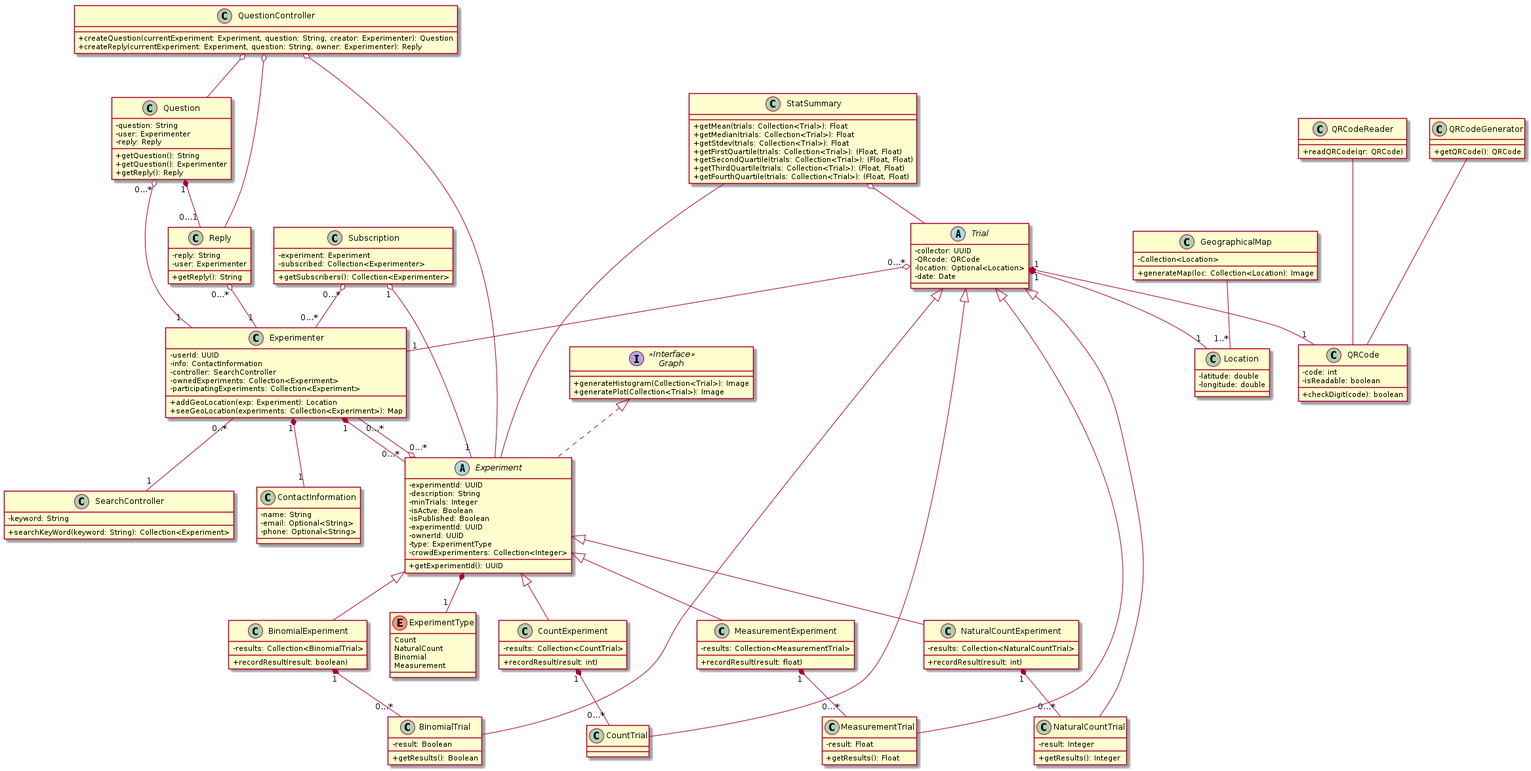
Above: doc/uml/UML.png in CMPUT301W21T03/Experiment-Automata (PlantUML), before the change.
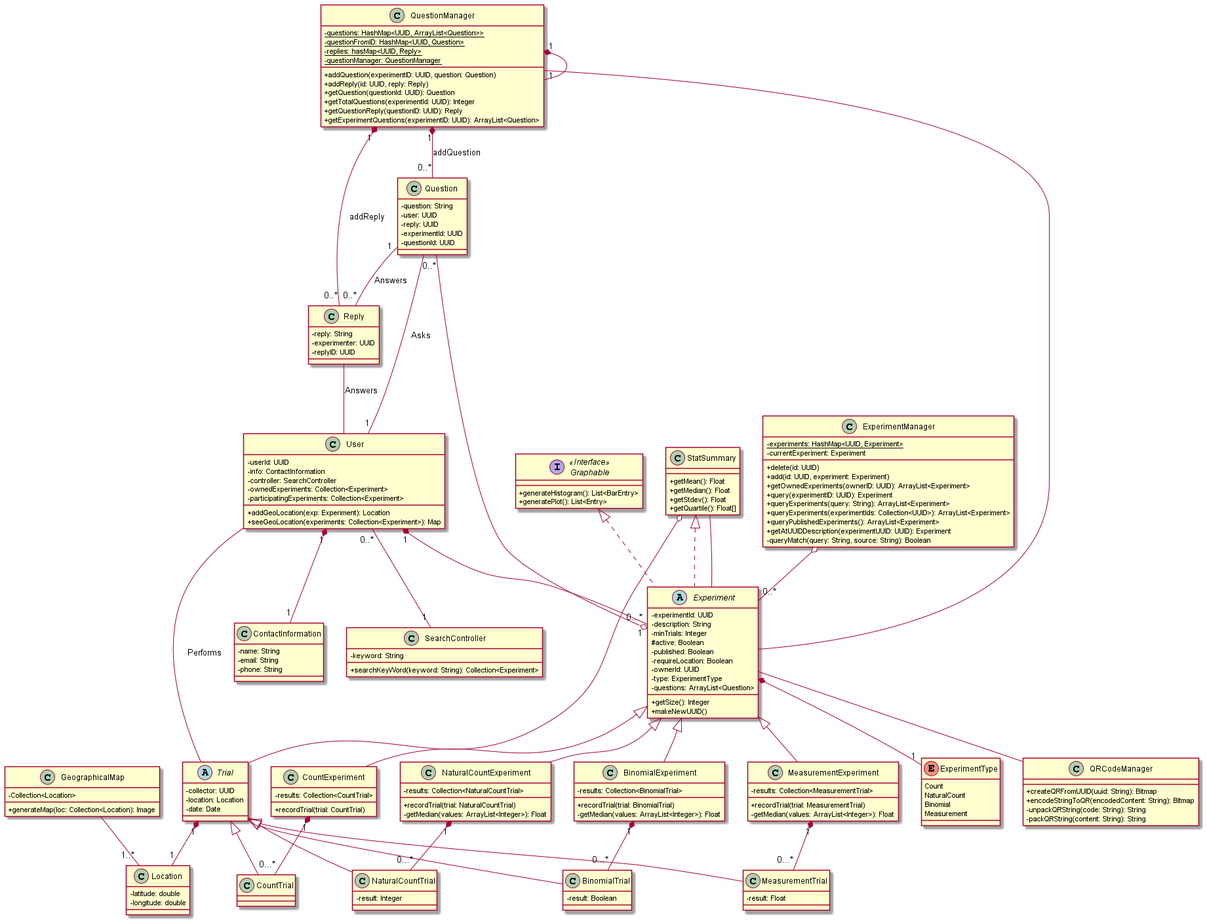
Later version of the same file.

Commit message:
Updated UML diagram, slightly refactored code, and got rid of the subscription class

What changed in the source:
```diff
@@ -1,7 +1,7 @@
 @startuml UML
 skinparam classAttributeIconSize 0
 
-class Experimenter {
+class User {
     -userId: UUID
     -info: ContactInformation
     -controller: SearchController
@@ -11,31 +11,63 @@
     +seeGeoLocation(experiments: Collection<Experiment>): Map
 }
 
-class Subscription {
-    -experiment: Experiment
-    -subscribed: Collection<Experimenter>
-    +getSubscribers(): Collection<Experimenter>
+
+class ExperimentManager{
+   - {static} experiments: HashMap<UUID, Experiment>
+   - currentExperiment: Experiment
+
+   + delete(id: UUID)
+   + add(id: UUID, experiment: Experiment)
+   + getOwnedExperiments(ownerID: UUID): ArrayList<Experiment>
+   + query(experimentID: UUID): Experiment
+   + queryExperiments(query: String): ArrayList<Experiment>
+   + queryExperiments(experimentIds: Collection<UUID>): ArrayList<Experiment>
+   + queryPublishedExperiments(): ArrayList<Experiment>
+   + getAtUUIDDescription(experimentUUID: UUID): Experiment
+   - queryMatch(query: String, source: String): Boolean
 }
+
+ExperimentManager o-- "0..*" Experiment
 
 class Question {
     -question: String
-    -user: Experimenter
-    -reply: Reply
-    +getQuestion(): String
-    +getQuestion(): Experimenter
-    +getReply(): Reply
+    -user: UUID
+    -reply: UUID
+    -experimentId: UUID
+    -questionId: UUID
 }
+
+Question -- "1" User: Asks
+Question "1" -- "0..*" Reply: Answers
+Question "0..*" --o "1" Experiment
 
 class Reply {
     -reply: String
-    -user: Experimenter
-    +getReply(): String
+    -experimenter: UUID
+    -replyID: UUID
 }
 
-class QuestionController {
-    +createQuestion(currentExperiment: Experiment, question: String, creator: Experimenter): Question
-    +createReply(currentExperiment: Experiment, question: String, owner: Experimenter): Reply
+Reply -- User: Answers
+
+class QuestionManager{
+    - {static} questions: HashMap<UUID, ArrayList<Question>>
+    - {static} questionFromID: HashMap<UUID, Question>
+    - {static} replies: hasMap<UUID, Reply>
+    - {static} questionManager: QuestionManager
+
+    + addQuestion(experimentID: UUID, question: Question)
+    + addReply(id: UUID, reply: Reply)
+    + getQuestion(questionId: UUID): Question
+    + getTotalQuestions(experimentId: UUID): Integer
+    + getQuestionReply(questionID: UUID): Reply
+    + getExperimentQuestions(experimentID: UUID): ArrayList<Question>
+
 }
+
+QuestionManager "1" *-- "1" QuestionManager
+QuestionManager "1" *-- "0..*" Question: addQuestion
+QuestionManager "1" *-- "0..*" Reply: addReply
+QuestionManager -- Experiment
 
 enum ExperimentType {
     Count
@@ -44,56 +76,59 @@
     Measurement
 }
 
-abstract class Experiment implements Graph {
+abstract class Experiment implements StatSummary, Graphable {
     -experimentId: UUID
     -description: String
     -minTrials: Integer
-    -isActve: Boolean
-    -isPublished: Boolean
-    -experimentId: UUID
+    #active: Boolean
+    -published: Boolean
+    -requireLocation: Boolean
     -ownerId: UUID
     -type: ExperimentType
-    -crowdExperimenters: Collection<Integer>
-    +getExperimentId(): UUID
+    -questions: ArrayList<Question>
+    +getSize(): Integer
+    +makeNewUUID()
 }
+
+
+Experiment -- QRCodeManager
 
 
 
 class CountExperiment extends Experiment {
     -results: Collection<CountTrial>
-    +recordResult(result: int)
+    +recordTrial(trial: CountTrial)
 }
 
 class NaturalCountExperiment extends Experiment {
     -results: Collection<NaturalCountTrial>
-    +recordResult(result: int)
+    +recordTrial(trial: NaturalCountTrial)
+    -getMedian(values: ArrayList<Integer>): Float
 }
 
 class BinomialExperiment extends Experiment {
     -results: Collection<BinomialTrial>
-    +recordResult(result: boolean)
+    +recordTrial(trial: BinomialTrial)
+    -getMedian(values: ArrayList<Integer>): Float
 }
 
 class MeasurementExperiment extends Experiment {
     -results: Collection<MeasurementTrial>
-    +recordResult(result: float)
+    +recordTrial(trial: MeasurementTrial)
+    -getMedian(values: ArrayList<Integer>): Float
+
 }
 
 class StatSummary {
-    +getMean(trials: Collection<Trial>): Float
-    +getMedian(trials: Collection<Trial>): Float
-    +getStdev(trials: Collection<Trial>): Float
-    +getFirstQuartile(trials: Collection<Trial>): (Float, Float)
-    +getSecondQuartile(trials: Collection<Trial>): (Float, Float)
-    +getThirdQuartile(trials: Collection<Trial>): (Float, Float)
-    +getFourthQuartile(trials: Collection<Trial>): (Float, Float)
-
+    +getMean(): Float
+    +getMedian(): Float
+    +getStdev(): Float
+    +getQuartile(): Float[]
 }
 
 abstract class Trial {
     -collector: UUID
-    -QRcode: QRCode
-    -location: Optional<Location>
+    -location: Location
     -date: Date
 }
 
@@ -102,31 +137,22 @@
 
 class NaturalCountTrial extends Trial {
     -result: Integer
-    +getResults(): Integer
 }
 
 class BinomialTrial extends Trial {
     -result: Boolean
-    +getResults(): Boolean
 }
 
 class MeasurementTrial extends Trial {
     -result: Float
-    +getResults(): Float
 }
 
-class QRCodeGenerator {
-    +getQRCode(): QRCode
-}
 
-class QRCodeReader {
-    +readQRCode(qr: QRCode)
-}
-
-class QRCode {
-    -code: int
-    -isReadable: boolean
-    +checkDigit(code): boolean
+class QRCodeManager {
+    + createQRFromUUID(uuid: String): Bitmap
+    + encodeStringToQR(encodedContent: String): Bitmap
+    -unpackQRString(code: String): String
+    -packQRString(content: String): String
 }
 
 class Location {
@@ -142,15 +168,15 @@
 GeographicalMap -- "1..*" Location
 
 
-interface "Graph" as Graph <<Interface>>> {
-    +generateHistogram(Collection<Trial>): Image
-    +generatePlot(Collection<Trial>): Image
+interface "Graphable" as Graphable <<Interface>>> {
+    +generateHistogram(): List<BarEntry>
+    +generatePlot(): List<Entry>
 }
 
 class ContactInformation {
     -name: String
-    -email: Optional<String>
-    -phone: Optional<String>
+    -email: String
+    -phone: String
 }
 
 class SearchController {
@@ -158,18 +184,9 @@
     +searchKeyWord(keyword: String): Collection<Experiment>
 }
 
-Experimenter "1" *-- "1" ContactInformation
-Experimenter "1" *-- "0...*" Experiment
+User "1" *-- "1" ContactInformation
+User "1" *-- "0...*" Experiment
 
-Subscription "0...*" o-- "0...*" Experimenter
-Subscription "1" o-- "1" Experiment
-
-Question "0...*" o-- "1" Experimenter
-Question "1" *-- "0...1" Reply
-
-Reply "0...*" o-- "1" Experimenter
-
-Experiment "0...*" o-- "0...*" Experimenter
 
 CountExperiment "1" *-- "0...*" CountTrial
 
@@ -180,24 +197,20 @@
 
 MeasurementExperiment "1" *-- "0...*" MeasurementTrial
 
-Trial "0...*" o-- "1" Experimenter
-Trial "1" *-- "1" QRCode
+User -- Trial: Performs
 Trial "1" *-- "1" Location
 
-QRCodeGenerator --- QRCode
-QRCodeReader --- QRCode
+
 
 Experiment *-- "1" ExperimentType
 
 
-Experimenter "0..*" -- "1" SearchController
+User "0..*" -- "1" SearchController
 
-QuestionController  o-- Question
-QuestionController o-- Reply
+
 
 StatSummary -- Experiment
 
-QuestionController o-- Experiment
 
 StatSummary o-- Trial
 
```
